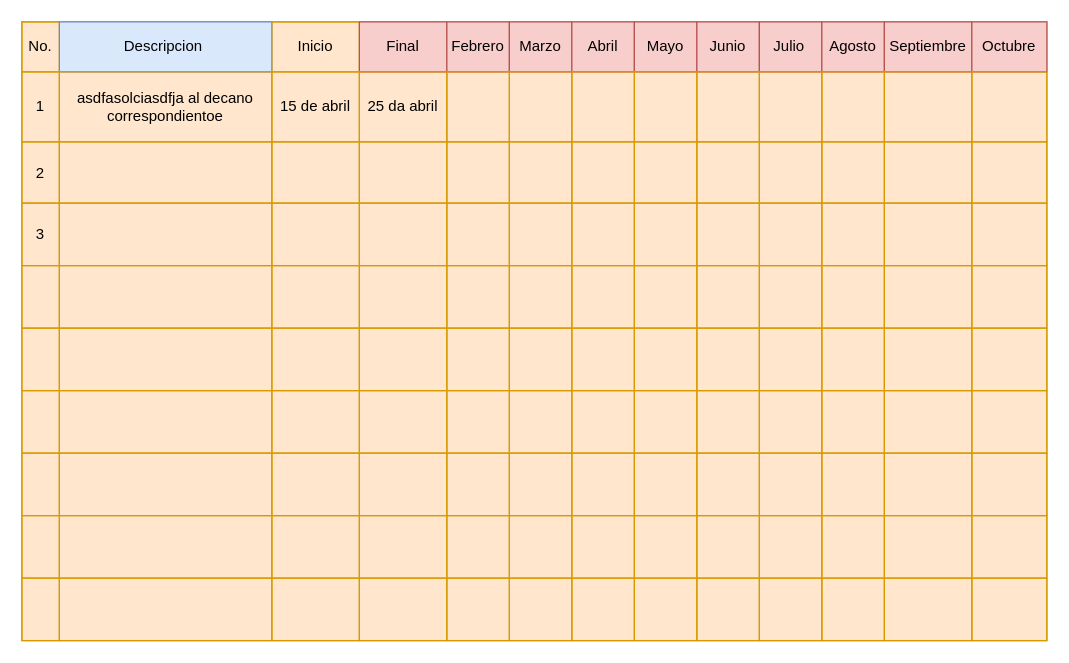
The draw.io diagram Proyecto de Graduacion.drawio in NealD00/Diagramin, before the edit. Source tidied: cells renumbered, new cells numbered last; positions are measured from the earlier drawing's top-left corner, leaving out a move shared by most shapes. Both pictures are drawn from the tidied source at 125%, with x=0, y=0 at pixel (21, 21).
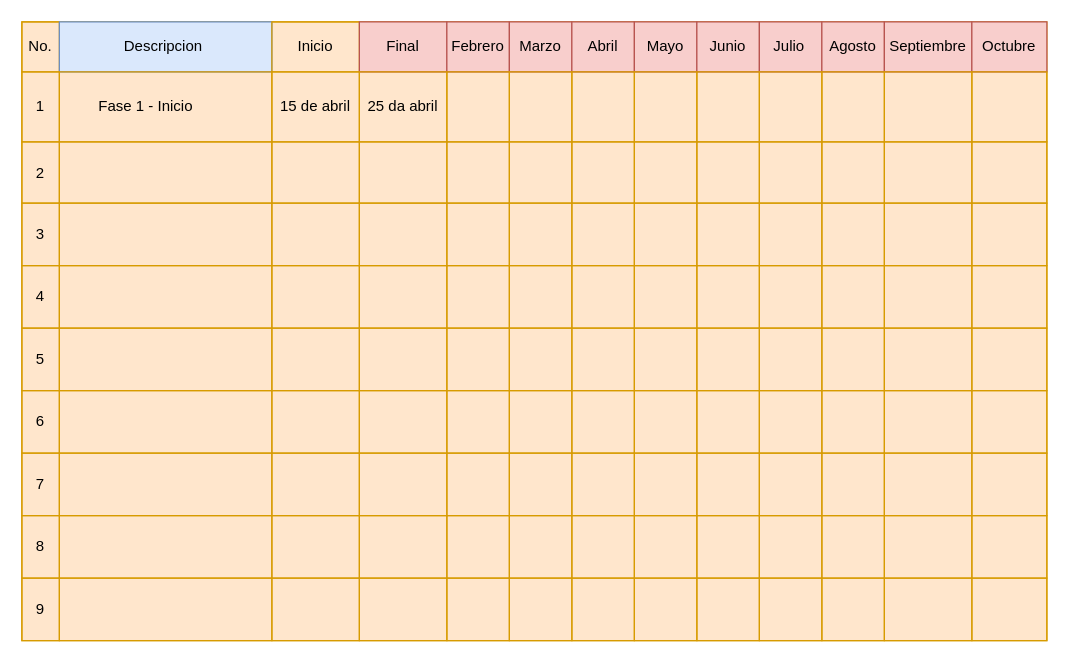
After the change.

The change refers to these unchanged cells:
```xml
<mxCell id="17" style="shape=tableRow;horizontal=0;startSize=0;swimlaneHead=0;swimlaneBody=0;top=0;left=0;bottom=0;right=0;fontStyle=0;fillColor=none;strokeColor=inherit;rounded=0;" parent="2" vertex="1">
  <mxGeometry y="40" width="820" height="56" as="geometry" />
</mxCell>
<mxCell id="59" style="shape=tableRow;horizontal=0;startSize=0;swimlaneHead=0;swimlaneBody=0;top=0;left=0;bottom=0;right=0;fontStyle=0;fillColor=none;strokeColor=inherit;rounded=0;" parent="2" vertex="1">
  <mxGeometry y="195" width="820" height="50" as="geometry" />
</mxCell>
<mxCell id="73" style="shape=tableRow;horizontal=0;startSize=0;swimlaneHead=0;swimlaneBody=0;top=0;left=0;bottom=0;right=0;fontStyle=0;fillColor=none;strokeColor=inherit;rounded=0;" parent="2" vertex="1">
  <mxGeometry y="245" width="820" height="50" as="geometry" />
</mxCell>
<mxCell id="87" style="shape=tableRow;horizontal=0;startSize=0;swimlaneHead=0;swimlaneBody=0;top=0;left=0;bottom=0;right=0;fontStyle=0;fillColor=none;strokeColor=inherit;rounded=0;" parent="2" vertex="1">
  <mxGeometry y="295" width="820" height="50" as="geometry" />
</mxCell>
<mxCell id="101" style="shape=tableRow;horizontal=0;startSize=0;swimlaneHead=0;swimlaneBody=0;top=0;left=0;bottom=0;right=0;fontStyle=0;fillColor=none;strokeColor=inherit;rounded=0;" parent="2" vertex="1">
  <mxGeometry y="345" width="820" height="50" as="geometry" />
</mxCell>
<mxCell id="115" style="shape=tableRow;horizontal=0;startSize=0;swimlaneHead=0;swimlaneBody=0;top=0;left=0;bottom=0;right=0;fontStyle=0;fillColor=none;strokeColor=inherit;rounded=0;" parent="2" vertex="1">
  <mxGeometry y="395" width="820" height="50" as="geometry" />
</mxCell>
<mxCell id="129" style="shape=tableRow;horizontal=0;startSize=0;swimlaneHead=0;swimlaneBody=0;top=0;left=0;bottom=0;right=0;fontStyle=0;fillColor=none;strokeColor=inherit;rounded=0;" parent="2" vertex="1">
  <mxGeometry y="445" width="820" height="50" as="geometry" />
</mxCell>
```

Change to the diagram source:
```diff
@@
-    <mxCell id="19" value="asdfasolciasdfja al decano correspondientoe" style="strokeColor=inherit;fillColor=none;align=center;whiteSpace=wrap;html=1;rounded=0;" parent="17" vertex="1">
+    <mxCell id="19" value="Fase 1 - Inicio&lt;span style=&quot;white-space: pre;&quot;&gt;&#9;&lt;/span&gt;&lt;span style=&quot;white-space: pre;&quot;&gt;&#9;&lt;/span&gt;" style="strokeColor=inherit;fillColor=none;align=center;whiteSpace=wrap;html=1;rounded=0;" parent="17" vertex="1">
       <mxGeometry x="30" width="170" height="56" as="geometry" />
     </mxCell>
@@
-    <mxCell id="60" style="strokeColor=inherit;fillColor=none;align=center;whiteSpace=wrap;html=1;rounded=0;" parent="59" vertex="1">
+    <mxCell id="60" value="4" style="strokeColor=inherit;fillColor=none;align=center;whiteSpace=wrap;html=1;rounded=0;" parent="59" vertex="1">
       <mxGeometry width="30" height="50" as="geometry" />
     </mxCell>
@@
-    <mxCell id="74" style="strokeColor=inherit;fillColor=none;align=center;whiteSpace=wrap;html=1;rounded=0;" parent="73" vertex="1">
+    <mxCell id="74" value="5" style="strokeColor=inherit;fillColor=none;align=center;whiteSpace=wrap;html=1;rounded=0;" parent="73" vertex="1">
       <mxGeometry width="30" height="50" as="geometry" />
     </mxCell>
@@
-    <mxCell id="88" style="strokeColor=inherit;fillColor=none;align=center;whiteSpace=wrap;html=1;rounded=0;" parent="87" vertex="1">
+    <mxCell id="88" value="6" style="strokeColor=inherit;fillColor=none;align=center;whiteSpace=wrap;html=1;rounded=0;" parent="87" vertex="1">
       <mxGeometry width="30" height="50" as="geometry" />
     </mxCell>
@@
-    <mxCell id="102" style="strokeColor=inherit;fillColor=none;align=center;whiteSpace=wrap;html=1;rounded=0;" parent="101" vertex="1">
+    <mxCell id="102" value="7" style="strokeColor=inherit;fillColor=none;align=center;whiteSpace=wrap;html=1;rounded=0;" parent="101" vertex="1">
       <mxGeometry width="30" height="50" as="geometry" />
     </mxCell>
@@
-    <mxCell id="116" style="strokeColor=inherit;fillColor=none;align=center;whiteSpace=wrap;html=1;rounded=0;" parent="115" vertex="1">
+    <mxCell id="116" value="8" style="strokeColor=inherit;fillColor=none;align=center;whiteSpace=wrap;html=1;rounded=0;" parent="115" vertex="1">
       <mxGeometry width="30" height="50" as="geometry" />
     </mxCell>
@@
-    <mxCell id="130" style="strokeColor=inherit;fillColor=none;align=center;whiteSpace=wrap;html=1;rounded=0;" parent="129" vertex="1">
+    <mxCell id="130" value="9" style="strokeColor=inherit;fillColor=none;align=center;whiteSpace=wrap;html=1;rounded=0;" parent="129" vertex="1">
       <mxGeometry width="30" height="50" as="geometry" />
     </mxCell>
```
